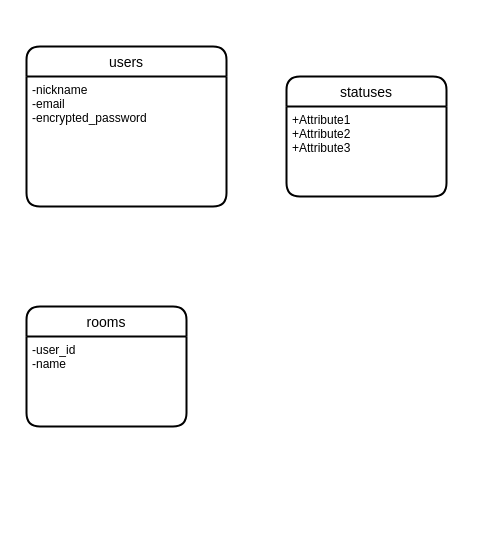
Earlier version of the draw.io diagram .dio (kakeru-takakusaki/gamebo). Source tidied: cells renumbered, new cells numbered last; positions are measured from the earlier drawing's top-left corner, leaving out a move shared by most shapes. Both pictures are drawn from the tidied source at 100%, with x=0, y=0 at pixel (26, 46).
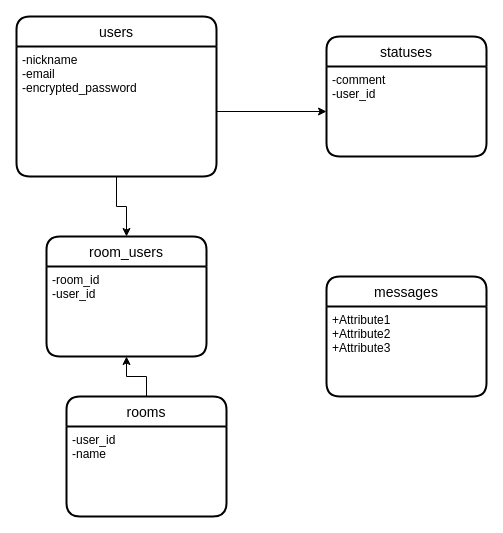
The same page after the edit.

The edit, as a diff of the source:
```diff
@@
 <mxGraphModel>
   <root>
     <mxCell id="0" />
     <mxCell id="1" parent="0" />
     <mxCell id="2" value="users" style="swimlane;horizontal=1;startSize=30;rounded=1;fontSize=14;fontStyle=0;strokeWidth=2;shadow=0;dashed=0;align=center;" parent="1" vertex="1">
-      <mxGeometry width="200" height="160" as="geometry" />
+      <mxGeometry x="-10" y="-30" width="200" height="160" as="geometry" />
     </mxCell>
     <mxCell id="3" value="-nickname&#10;-email&#10;-encrypted_password" style="align=left;strokeColor=none;fillColor=none;spacingLeft=4;fontSize=12;verticalAlign=top;" parent="2" vertex="1">
       <mxGeometry y="30" width="200" height="130" as="geometry" />
     </mxCell>
     <mxCell id="4" value="statuses" style="swimlane;horizontal=1;startSize=30;rounded=1;fontSize=14;fontStyle=0;strokeWidth=2;shadow=0;dashed=0;align=center;" parent="1" vertex="1">
-      <mxGeometry x="260" y="30" width="160" height="120" as="geometry" />
+      <mxGeometry x="300" y="-10" width="160" height="120" as="geometry" />
     </mxCell>
-    <mxCell id="5" value="+Attribute1&#10;+Attribute2&#10;+Attribute3" style="align=left;strokeColor=none;fillColor=none;spacingLeft=4;fontSize=12;verticalAlign=top;" parent="4" vertex="1">
+    <mxCell id="5" value="-comment&#10;-user_id" style="align=left;strokeColor=none;fillColor=none;spacingLeft=4;fontSize=12;verticalAlign=top;" parent="4" vertex="1">
       <mxGeometry y="30" width="160" height="90" as="geometry" />
     </mxCell>
+    <mxCell id="8" style="edgeStyle=orthogonalEdgeStyle;rounded=0;jettySize=auto;html=1;exitX=0.5;exitY=0;exitDx=0;exitDy=0;entryX=0.5;entryY=1;entryDx=0;entryDy=0;" parent="1" edge="1" source="6" target="10">
+      <mxGeometry relative="1" as="geometry" />
+    </mxCell>
     <mxCell id="6" value="rooms" style="swimlane;horizontal=1;startSize=30;rounded=1;fontSize=14;fontStyle=0;strokeWidth=2;shadow=0;dashed=0;align=center;" parent="1" vertex="1">
-      <mxGeometry y="260" width="160" height="120" as="geometry" />
+      <mxGeometry x="40" y="350" width="160" height="120" as="geometry" />
     </mxCell>
     <mxCell id="7" value="-user_id&#10;-name" style="align=left;strokeColor=none;fillColor=none;spacingLeft=4;fontSize=12;verticalAlign=top;" parent="6" vertex="1">
       <mxGeometry y="30" width="160" height="90" as="geometry" />
     </mxCell>
+    <mxCell id="9" value="room_users" style="swimlane;horizontal=1;startSize=30;rounded=1;fontSize=14;fontStyle=0;strokeWidth=2;shadow=0;dashed=0;align=center;" parent="1" vertex="1">
+      <mxGeometry x="20" y="190" width="160" height="120" as="geometry" />
+    </mxCell>
+    <mxCell id="10" value="-room_id&#10;-user_id" style="align=left;strokeColor=none;fillColor=none;spacingLeft=4;fontSize=12;verticalAlign=top;" parent="9" vertex="1">
+      <mxGeometry y="30" width="160" height="90" as="geometry" />
+    </mxCell>
+    <mxCell id="11" style="edgeStyle=orthogonalEdgeStyle;rounded=0;jettySize=auto;html=1;exitX=0.5;exitY=1;exitDx=0;exitDy=0;entryX=0.5;entryY=0;entryDx=0;entryDy=0;" parent="1" edge="1" source="3" target="9">
+      <mxGeometry relative="1" as="geometry" />
+    </mxCell>
+    <mxCell id="12" style="edgeStyle=orthogonalEdgeStyle;rounded=0;jettySize=auto;html=1;exitX=1;exitY=0.5;exitDx=0;exitDy=0;" parent="1" edge="1" source="3" target="5">
+      <mxGeometry relative="1" as="geometry" />
+    </mxCell>
+    <mxCell id="13" value="messages" style="swimlane;horizontal=1;startSize=30;rounded=1;fontSize=14;fontStyle=0;strokeWidth=2;shadow=0;dashed=0;align=center;" parent="1" vertex="1">
+      <mxGeometry x="300" y="230" width="160" height="120" as="geometry" />
+    </mxCell>
+    <mxCell id="14" value="+Attribute1&#10;+Attribute2&#10;+Attribute3" style="align=left;strokeColor=none;fillColor=none;spacingLeft=4;fontSize=12;verticalAlign=top;" parent="13" vertex="1">
+      <mxGeometry y="30" width="160" height="90" as="geometry" />
+    </mxCell>
   </root>
 </mxGraphModel>
```
